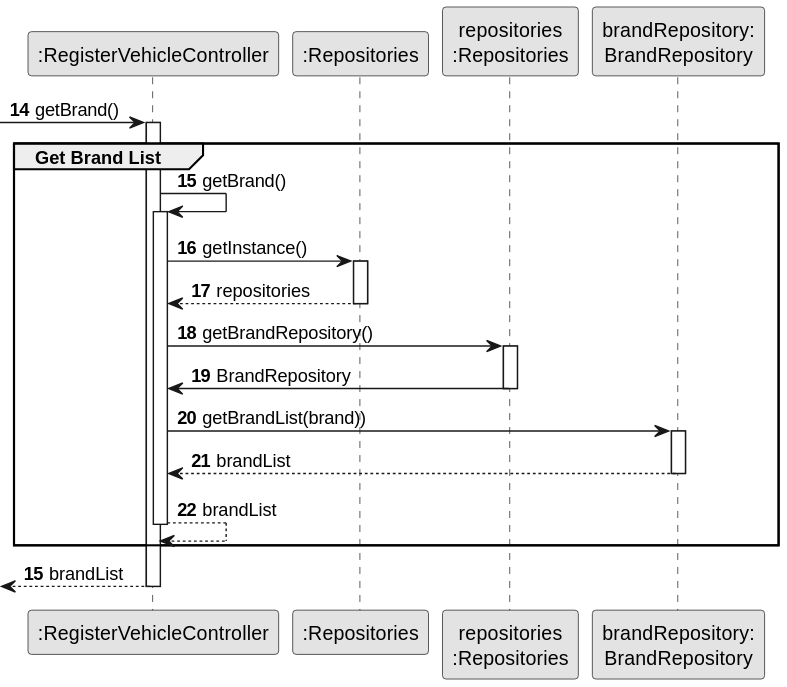
ricardomm7/leaflink keeps this PlantUML diagram as docs/sprintB/us006/03.design/svg/us006-sequence-diagram-partial-get-brand-list.svg. Above is the earlier version.
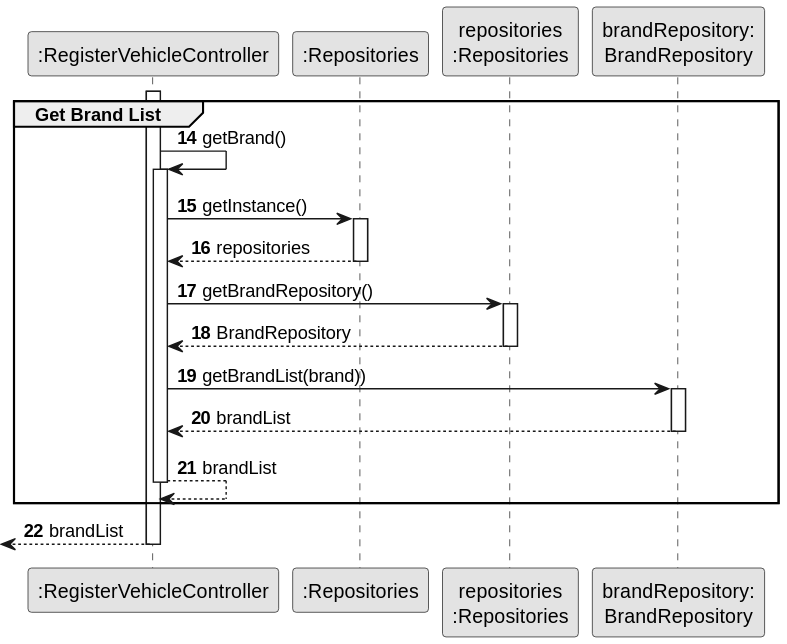
Above is the later version.

Change to the diagram source:
```diff
@@ -12,7 +12,6 @@
 participant "brandRepository:\nBrandRepository" as BrandRepository
 autonumber 14
 
- -> CTRL : getBrand()
 
 activate CTRL
 
@@ -30,7 +29,7 @@
                             CTRL -> PLAT : getBrandRepository()
                             activate PLAT
 
-                            PLAT -> CTRL : BrandRepository
+                            PLAT --> CTRL : BrandRepository
                             deactivate PLAT
 
                             CTRL -> BrandRepository : getBrandList(brand))
@@ -43,7 +42,6 @@
                             deactivate CTRL
 
     end
-    autonumber 15
     <-- CTRL  : brandList
 deactivate CTRL
 @enduml
```
